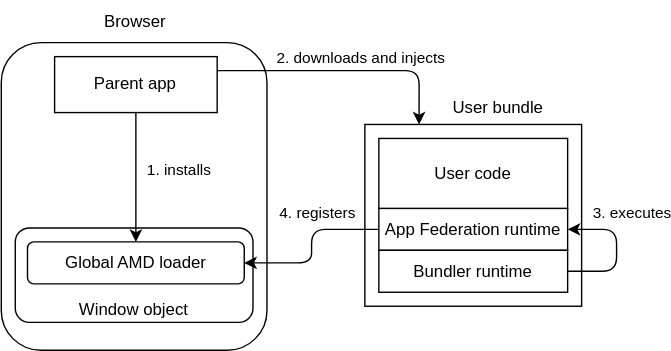
Above: docs/figures/example-12-3-library-runtime-usage.drawio.svg in GuilleX7/app-federation (draw.io), before the change. Source tidied: cells renumbered, new cells last; positions are measured from the earlier drawing's top-left corner, leaving out a move shared by most shapes.
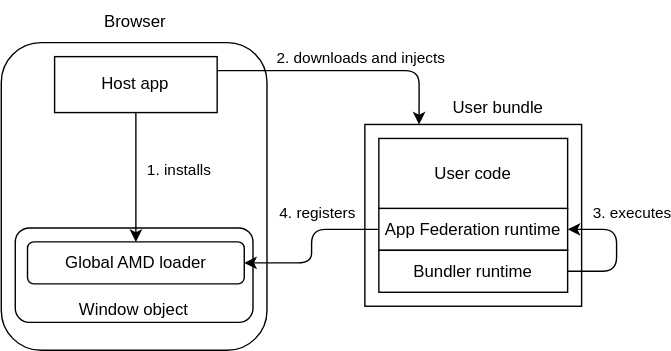
Above is the later version.

What changed in the source:
```diff
@@ -5,7 +5,7 @@
     <mxCell id="2" style="rounded=1;whiteSpace=wrap;html=1;roundedPerimeter=1;" parent="1" vertex="1">
       <mxGeometry y="30" width="190" height="220" as="geometry" />
     </mxCell>
-    <mxCell id="3" value="Parent app" style="rounded=0;whiteSpace=wrap;html=1;" parent="1" vertex="1">
+    <mxCell id="3" value="Host app" style="rounded=0;whiteSpace=wrap;html=1;" parent="1" vertex="1">
       <mxGeometry x="38.1" y="40" width="116.2" height="40" as="geometry" />
     </mxCell>
     <mxCell id="4" value="Window object" style="rounded=1;whiteSpace=wrap;html=1;verticalAlign=bottom;" parent="1" vertex="1">
```
